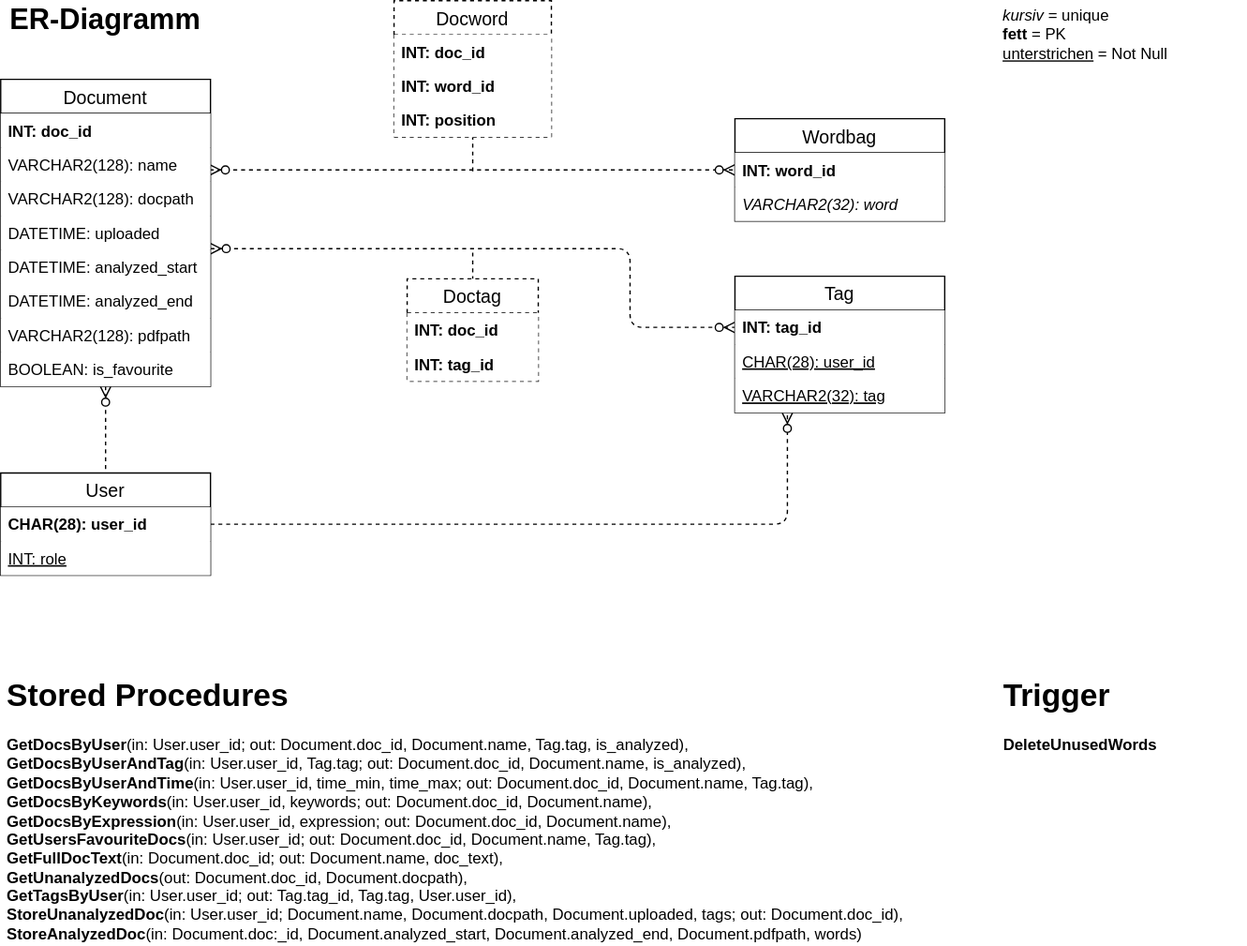
This is docs/Overview/resources/Diagramme/doc-ver_Diagramme-ER-Diagramm.svg from doc-ver/Doku, a draw.io export, as it was before one commit. Source tidied: cells renumbered, new cells last; positions are measured from the earlier drawing's top-left corner, leaving out a move shared by most shapes.
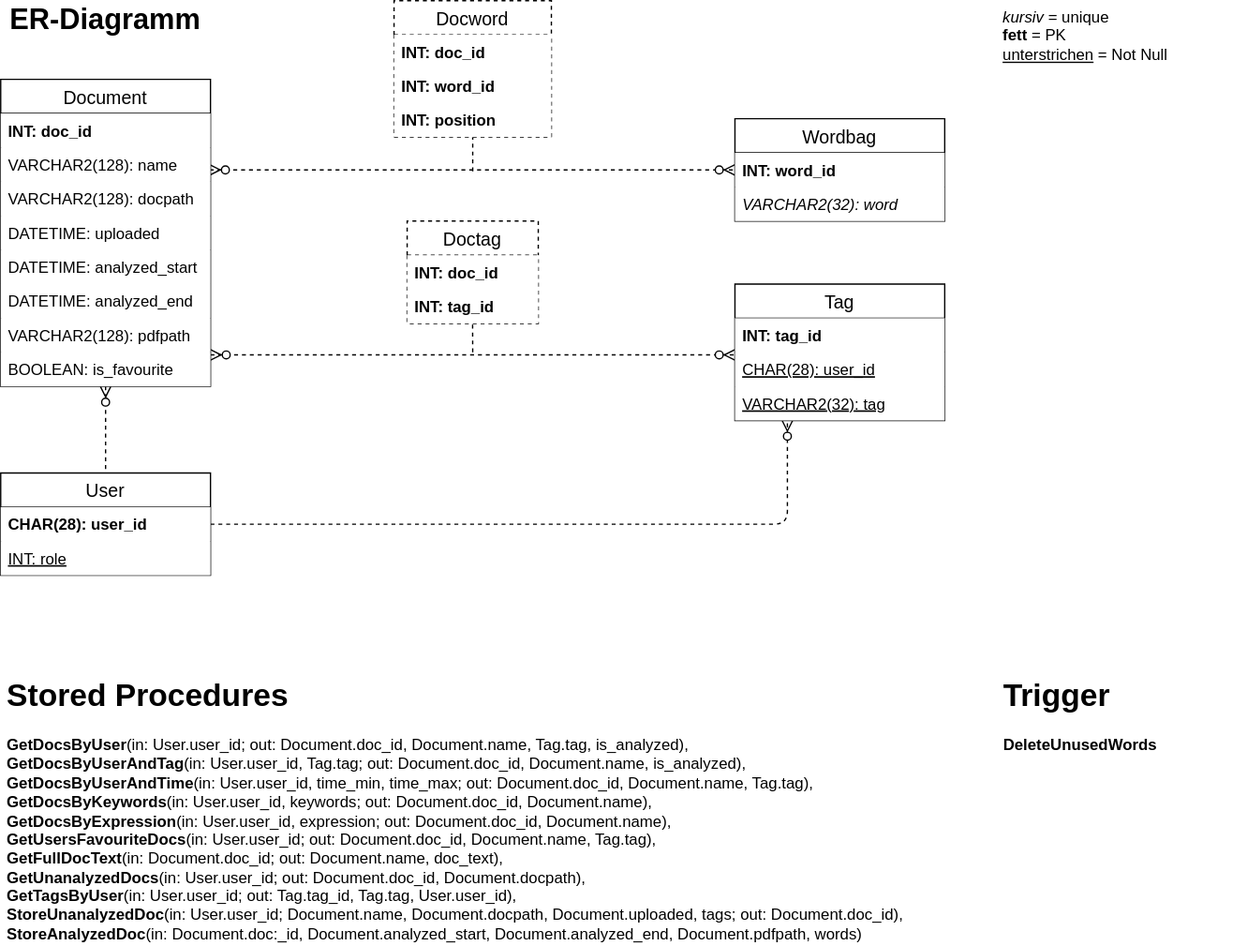
After the change.

Commit message:
ER-Diagramm ueberarbeitet

What changed in the source:
```diff
@@ -4,6 +4,6 @@
     <mxCell id="1" parent="0" />
-    <mxCell id="2" style="edgeStyle=entityRelationEdgeStyle;fontSize=12;html=1;endArrow=ERzeroToMany;endFill=1;startArrow=ERzeroToMany;exitX=0.996;exitY=0.654;exitDx=0;exitDy=0;entryX=0;entryY=0.5;entryDx=0;entryDy=0;dashed=1;exitPerimeter=0;" parent="1" edge="1" source="17" target="25">
+    <mxCell id="2" style="edgeStyle=entityRelationEdgeStyle;fontSize=12;html=1;endArrow=ERzeroToMany;endFill=1;startArrow=ERzeroToMany;exitX=0.996;exitY=0.654;exitDx=0;exitDy=0;entryX=0;entryY=0.5;entryDx=0;entryDy=0;dashed=1;exitPerimeter=0;" parent="1" edge="1" source="14" target="22">
       <mxGeometry relative="1" as="geometry" />
     </mxCell>
-    <mxCell id="3" style="endArrow=none;dashed=1;html=1;entryX=0.5;entryY=1;entryDx=0;entryDy=0;" parent="1" edge="1" target="27">
+    <mxCell id="3" style="endArrow=none;dashed=1;html=1;entryX=0.5;entryY=1;entryDx=0;entryDy=0;" parent="1" edge="1" target="24">
       <mxGeometry relative="1" as="geometry">
@@ -15,13 +15,10 @@
     </mxCell>
-    <mxCell id="5" style="fontSize=12;html=1;endArrow=ERzeroToMany;endFill=1;startArrow=ERzeroToMany;exitX=1;exitY=0.962;exitDx=0;exitDy=0;dashed=1;entryX=0;entryY=0.5;entryDx=0;entryDy=0;exitPerimeter=0;" parent="1" edge="1" source="19" target="32">
+    <mxCell id="5" style="fontSize=12;html=1;endArrow=ERzeroToMany;endFill=1;startArrow=ERzeroToMany;dashed=1;entryX=0;entryY=0.077;entryDx=0;entryDy=0;entryPerimeter=0;" parent="1" edge="1" target="36">
       <mxGeometry relative="1" as="geometry">
-        <Array as="points">
-          <mxPoint x="480" y="189" />
-          <mxPoint x="480" y="249" />
-        </Array>
+        <mxPoint x="160" y="270" as="sourcePoint" />
       </mxGeometry>
     </mxCell>
-    <mxCell id="6" style="endArrow=none;dashed=1;html=1;entryX=0.5;entryY=0;entryDx=0;entryDy=0;" parent="1" edge="1" target="12">
+    <mxCell id="6" style="endArrow=none;dashed=1;html=1;entryX=0.499;entryY=0.999;entryDx=0;entryDy=0;entryPerimeter=0;" parent="1" edge="1" target="33">
       <mxGeometry relative="1" as="geometry">
-        <mxPoint x="360" y="192" as="sourcePoint" />
+        <mxPoint x="360" y="268" as="sourcePoint" />
       </mxGeometry>
@@ -31,9 +28,9 @@
     </mxCell>
-    <mxCell id="8" style="fontSize=12;html=1;endArrow=none;endFill=0;startArrow=ERzeroToMany;exitX=0.5;exitY=1;exitDx=0;exitDy=0;dashed=1;entryX=0.5;entryY=0;entryDx=0;entryDy=0;" parent="1" edge="1" source="15" target="35">
+    <mxCell id="8" style="fontSize=12;html=1;endArrow=none;endFill=0;startArrow=ERzeroToMany;exitX=0.5;exitY=1;exitDx=0;exitDy=0;dashed=1;entryX=0.5;entryY=0;entryDx=0;entryDy=0;" parent="1" edge="1" source="12" target="28">
       <mxGeometry relative="1" as="geometry" />
     </mxCell>
-    <mxCell id="9" value="&lt;h1&gt;Stored Procedures&lt;br&gt;&lt;/h1&gt;&lt;p&gt;&lt;b&gt;GetDocsByUser&lt;/b&gt;(in: User.user_id; out: Document.doc_id, Document.name, Tag.tag, is_analyzed),&lt;b&gt;&lt;br&gt;GetDocsByUserAndTag&lt;/b&gt;(in: User.user_id, Tag.tag; out: Document.doc_id, Document.name, is_analyzed),&lt;br&gt;&lt;b&gt;GetDocsByUserAndTime&lt;/b&gt;(in: User.user_id, time_min, time_max; out: Document.doc_id, Document.name, Tag.tag),&lt;b&gt;&lt;br&gt;GetDocsByKeywords&lt;/b&gt;(in: User.user_id, keywords; out: Document.doc_id, Document.name),&lt;b&gt;&lt;br&gt;GetDocsByExpression&lt;/b&gt;(in: User.user_id, expression; out: Document.doc_id, Document.name),&lt;b&gt;&lt;br&gt;GetUsersFavouriteDocs&lt;/b&gt;(in: User.user_id; out: Document.doc_id, Document.name, Tag.tag),&lt;br&gt;&lt;b&gt;GetFullDocText&lt;/b&gt;(in: Document.doc_id; out: Document.name, doc_text),&lt;br&gt;&lt;b&gt;GetUnanalyzedDocs&lt;/b&gt;(out: Document.doc_id, Document.docpath),&lt;b&gt;&lt;br&gt;GetTagsByUser&lt;/b&gt;(in: User.user_id; out: Tag.tag_id, Tag.tag, User.user_id),&lt;b&gt;&lt;b&gt;&lt;br&gt;&lt;/b&gt;StoreUnanalyzedDoc&lt;/b&gt;(in: User.user_id; Document.name, Document.docpath, Document.uploaded, tags; out: Document.doc_id),&lt;br&gt;&lt;b&gt;StoreAnalyzedDoc&lt;/b&gt;(in: Document.doc:_id, Document.analyzed_start, Document.analyzed_end, Document.pdfpath, words)&lt;br&gt;&lt;/p&gt;" style="text;html=1;strokeColor=none;fillColor=none;spacing=5;spacingTop=-20;whiteSpace=wrap;overflow=hidden;rounded=0;" parent="1" vertex="1">
+    <mxCell id="9" value="&lt;h1&gt;Stored Procedures&lt;br&gt;&lt;/h1&gt;&lt;p&gt;&lt;b&gt;GetDocsByUser&lt;/b&gt;(in: User.user_id; out: Document.doc_id, Document.name, Tag.tag, is_analyzed),&lt;b&gt;&lt;br&gt;GetDocsByUserAndTag&lt;/b&gt;(in: User.user_id, Tag.tag; out: Document.doc_id, Document.name, is_analyzed),&lt;br&gt;&lt;b&gt;GetDocsByUserAndTime&lt;/b&gt;(in: User.user_id, time_min, time_max; out: Document.doc_id, Document.name, Tag.tag),&lt;b&gt;&lt;br&gt;GetDocsByKeywords&lt;/b&gt;(in: User.user_id, keywords; out: Document.doc_id, Document.name),&lt;b&gt;&lt;br&gt;GetDocsByExpression&lt;/b&gt;(in: User.user_id, expression; out: Document.doc_id, Document.name),&lt;b&gt;&lt;br&gt;GetUsersFavouriteDocs&lt;/b&gt;(in: User.user_id; out: Document.doc_id, Document.name, Tag.tag),&lt;br&gt;&lt;b&gt;GetFullDocText&lt;/b&gt;(in: Document.doc_id; out: Document.name, doc_text),&lt;br&gt;&lt;b&gt;GetUnanalyzedDocs&lt;/b&gt;(in: User.user_id; out: Document.doc_id, Document.docpath),&lt;b&gt;&lt;br&gt;GetTagsByUser&lt;/b&gt;(in: User.user_id; out: Tag.tag_id, Tag.tag, User.user_id),&lt;b&gt;&lt;b&gt;&lt;br&gt;&lt;/b&gt;StoreUnanalyzedDoc&lt;/b&gt;(in: User.user_id; Document.name, Document.docpath, Document.uploaded, tags; out: Document.doc_id),&lt;br&gt;&lt;b&gt;StoreAnalyzedDoc&lt;/b&gt;(in: Document.doc:_id, Document.analyzed_start, Document.analyzed_end, Document.pdfpath, words)&lt;br&gt;&lt;/p&gt;" style="text;html=1;strokeColor=none;fillColor=none;spacing=5;spacingTop=-20;whiteSpace=wrap;overflow=hidden;rounded=0;" parent="1" vertex="1">
       <mxGeometry y="510" width="710" height="210" as="geometry" />
     </mxCell>
-    <mxCell id="10" style="fontSize=12;html=1;endArrow=ERzeroToMany;endFill=1;startArrow=none;exitX=1;exitY=0.5;exitDx=0;exitDy=0;dashed=1;entryX=0.25;entryY=1;entryDx=0;entryDy=0;startFill=0;" parent="1" edge="1" source="35" target="31">
+    <mxCell id="10" style="fontSize=12;html=1;endArrow=ERzeroToMany;endFill=1;startArrow=none;exitX=1;exitY=0.5;exitDx=0;exitDy=0;dashed=1;entryX=0.25;entryY=1;entryDx=0;entryDy=0;startFill=0;" parent="1" edge="1" source="28" target="34">
       <mxGeometry relative="1" as="geometry">
@@ -47,79 +44,79 @@
     </mxCell>
-    <mxCell id="12" value="Doctag" style="swimlane;fontStyle=0;horizontal=1;startSize=26;align=center;fontSize=14;swimlaneLine=1;glass=0;dashed=1;" parent="1" vertex="1">
-      <mxGeometry x="310" y="212" width="100" height="78" as="geometry" />
+    <mxCell id="12" value="Document" style="swimlane;fontStyle=0;horizontal=1;startSize=26;align=center;fontSize=14;swimlaneLine=1;glass=0;" parent="1" vertex="1">
+      <mxGeometry y="60" width="160" height="234" as="geometry" />
     </mxCell>
-    <mxCell id="13" value="INT: doc_id" style="text;strokeColor=none;fillColor=#ffffff;spacingLeft=4;spacingRight=4;overflow=hidden;fontSize=12;fontStyle=1;" parent="12" vertex="1">
-      <mxGeometry y="26" width="100" height="26" as="geometry" />
+    <mxCell id="13" value="INT: doc_id" style="text;spacingLeft=4;spacingRight=4;overflow=hidden;fontSize=12;fontStyle=1;fillColor=#ffffff;" parent="12" vertex="1">
+      <mxGeometry y="26" width="160" height="26" as="geometry" />
     </mxCell>
-    <mxCell id="14" value="INT: tag_id" style="text;strokeColor=none;fillColor=#ffffff;spacingLeft=4;spacingRight=4;overflow=hidden;points=[[0,0.5],[1,0.5]];portConstraint=eastwest;fontSize=12;fontStyle=1;" parent="12" vertex="1">
-      <mxGeometry y="52" width="100" height="26" as="geometry" />
+    <mxCell id="14" value="VARCHAR2(128): name" style="text;strokeColor=none;fillColor=#ffffff;spacingLeft=4;spacingRight=4;overflow=hidden;points=[[0,0.5],[1,0.5]];portConstraint=eastwest;fontSize=12;" parent="12" vertex="1">
+      <mxGeometry y="52" width="160" height="26" as="geometry" />
     </mxCell>
-    <mxCell id="15" value="Document" style="swimlane;fontStyle=0;horizontal=1;startSize=26;align=center;fontSize=14;swimlaneLine=1;glass=0;" parent="1" vertex="1">
-      <mxGeometry y="60" width="160" height="234" as="geometry" />
+    <mxCell id="15" value="VARCHAR2(128): docpath" style="text;strokeColor=none;fillColor=#ffffff;spacingLeft=4;spacingRight=4;overflow=hidden;points=[[0,0.5],[1,0.5]];portConstraint=eastwest;fontSize=12;" parent="12" vertex="1">
+      <mxGeometry y="78" width="160" height="26" as="geometry" />
     </mxCell>
-    <mxCell id="16" value="INT: doc_id" style="text;spacingLeft=4;spacingRight=4;overflow=hidden;fontSize=12;fontStyle=1;fillColor=#ffffff;" parent="15" vertex="1">
-      <mxGeometry y="26" width="160" height="26" as="geometry" />
+    <mxCell id="16" value="DATETIME: uploaded" style="text;strokeColor=none;fillColor=#ffffff;spacingLeft=4;spacingRight=4;overflow=hidden;fontSize=12;" parent="12" vertex="1">
+      <mxGeometry y="104" width="160" height="26" as="geometry" />
     </mxCell>
-    <mxCell id="17" value="VARCHAR2(128): name" style="text;strokeColor=none;fillColor=#ffffff;spacingLeft=4;spacingRight=4;overflow=hidden;points=[[0,0.5],[1,0.5]];portConstraint=eastwest;fontSize=12;" parent="15" vertex="1">
-      <mxGeometry y="52" width="160" height="26" as="geometry" />
+    <mxCell id="17" value="DATETIME: analyzed_start" style="text;strokeColor=none;fillColor=#ffffff;spacingLeft=4;spacingRight=4;overflow=hidden;points=[[0,0.5],[1,0.5]];portConstraint=eastwest;fontSize=12;" parent="12" vertex="1">
+      <mxGeometry y="130" width="160" height="26" as="geometry" />
     </mxCell>
-    <mxCell id="18" value="VARCHAR2(128): docpath" style="text;strokeColor=none;fillColor=#ffffff;spacingLeft=4;spacingRight=4;overflow=hidden;fontSize=12;" parent="15" vertex="1">
-      <mxGeometry y="78" width="160" height="26" as="geometry" />
+    <mxCell id="18" value="DATETIME: analyzed_end" style="text;strokeColor=none;fillColor=#ffffff;spacingLeft=4;spacingRight=4;overflow=hidden;fontSize=12;" parent="12" vertex="1">
+      <mxGeometry y="156" width="160" height="26" as="geometry" />
     </mxCell>
-    <mxCell id="19" value="DATETIME: uploaded" style="text;strokeColor=none;fillColor=#ffffff;spacingLeft=4;spacingRight=4;overflow=hidden;points=[[0,0.5],[1,0.5]];portConstraint=eastwest;fontSize=12;" parent="15" vertex="1">
-      <mxGeometry y="104" width="160" height="26" as="geometry" />
+    <mxCell id="19" value="VARCHAR2(128): pdfpath" style="text;strokeColor=none;fillColor=#ffffff;spacingLeft=4;spacingRight=4;overflow=hidden;points=[[0,0.5],[1,0.5]];portConstraint=eastwest;fontSize=12;" parent="12" vertex="1">
+      <mxGeometry y="182" width="160" height="26" as="geometry" />
     </mxCell>
-    <mxCell id="20" value="DATETIME: analyzed_start" style="text;strokeColor=none;fillColor=#ffffff;spacingLeft=4;spacingRight=4;overflow=hidden;fontSize=12;" parent="15" vertex="1">
-      <mxGeometry y="130" width="160" height="26" as="geometry" />
+    <mxCell id="20" value="BOOLEAN: is_favourite" style="text;strokeColor=none;fillColor=#ffffff;spacingLeft=4;spacingRight=4;overflow=hidden;fontSize=12;fontStyle=0;" parent="12" vertex="1">
+      <mxGeometry y="208" width="160" height="26" as="geometry" />
     </mxCell>
-    <mxCell id="21" value="DATETIME: analyzed_end" style="text;strokeColor=none;fillColor=#ffffff;spacingLeft=4;spacingRight=4;overflow=hidden;fontSize=12;" parent="15" vertex="1">
-      <mxGeometry y="156" width="160" height="26" as="geometry" />
+    <mxCell id="21" value="Wordbag" style="swimlane;fontStyle=0;horizontal=1;startSize=26;align=center;fontSize=14;swimlaneLine=1;glass=0;" parent="1" vertex="1">
+      <mxGeometry x="560" y="90" width="160" height="78" as="geometry" />
     </mxCell>
-    <mxCell id="22" value="VARCHAR2(128): pdfpath" style="text;strokeColor=none;fillColor=#ffffff;spacingLeft=4;spacingRight=4;overflow=hidden;points=[[0,0.5],[1,0.5]];portConstraint=eastwest;fontSize=12;" parent="15" vertex="1">
-      <mxGeometry y="182" width="160" height="26" as="geometry" />
+    <mxCell id="22" value="INT: word_id" style="text;spacingLeft=4;spacingRight=4;overflow=hidden;points=[[0,0.5],[1,0.5]];portConstraint=eastwest;fontSize=12;fontStyle=1;fillColor=#ffffff;" parent="21" vertex="1">
+      <mxGeometry y="26" width="160" height="26" as="geometry" />
     </mxCell>
-    <mxCell id="23" value="BOOLEAN: is_favourite" style="text;strokeColor=none;fillColor=#ffffff;spacingLeft=4;spacingRight=4;overflow=hidden;fontSize=12;fontStyle=0;" parent="15" vertex="1">
-      <mxGeometry y="208" width="160" height="26" as="geometry" />
+    <mxCell id="23" value="VARCHAR2(32): word" style="text;strokeColor=none;fillColor=#ffffff;spacingLeft=4;spacingRight=4;overflow=hidden;fontSize=12;fontStyle=2;" parent="21" vertex="1">
+      <mxGeometry y="52" width="160" height="26" as="geometry" />
     </mxCell>
-    <mxCell id="24" value="Wordbag" style="swimlane;fontStyle=0;horizontal=1;startSize=26;align=center;fontSize=14;swimlaneLine=1;glass=0;" parent="1" vertex="1">
-      <mxGeometry x="560" y="90" width="160" height="78" as="geometry" />
+    <mxCell id="24" value="Docword" style="swimlane;fontStyle=0;horizontal=1;startSize=26;align=center;fontSize=14;swimlaneLine=1;glass=0;dashed=1;" parent="1" vertex="1">
+      <mxGeometry x="300" width="120" height="104" as="geometry" />
     </mxCell>
-    <mxCell id="25" value="INT: word_id" style="text;spacingLeft=4;spacingRight=4;overflow=hidden;points=[[0,0.5],[1,0.5]];portConstraint=eastwest;fontSize=12;fontStyle=1;fillColor=#ffffff;" parent="24" vertex="1">
-      <mxGeometry y="26" width="160" height="26" as="geometry" />
+    <mxCell id="25" value="INT: doc_id" style="text;strokeColor=none;fillColor=#ffffff;spacingLeft=4;spacingRight=4;overflow=hidden;points=[[0,0.5],[1,0.5]];portConstraint=eastwest;fontSize=12;fontStyle=1;" parent="24" vertex="1">
+      <mxGeometry y="26" width="120" height="26" as="geometry" />
     </mxCell>
-    <mxCell id="26" value="VARCHAR2(32): word" style="text;strokeColor=none;fillColor=#ffffff;spacingLeft=4;spacingRight=4;overflow=hidden;fontSize=12;fontStyle=2;" parent="24" vertex="1">
-      <mxGeometry y="52" width="160" height="26" as="geometry" />
+    <mxCell id="26" value="INT: word_id" style="text;strokeColor=none;fillColor=#ffffff;spacingLeft=4;spacingRight=4;overflow=hidden;fontSize=12;fontStyle=1;" parent="24" vertex="1">
+      <mxGeometry y="52" width="120" height="26" as="geometry" />
     </mxCell>
-    <mxCell id="27" value="Docword" style="swimlane;fontStyle=0;horizontal=1;startSize=26;align=center;fontSize=14;swimlaneLine=1;glass=0;dashed=1;" parent="1" vertex="1">
-      <mxGeometry x="300" width="120" height="104" as="geometry" />
+    <mxCell id="27" value="INT: position" style="text;strokeColor=none;fillColor=#ffffff;spacingLeft=4;spacingRight=4;overflow=hidden;points=[[0,0.5],[1,0.5]];portConstraint=eastwest;fontSize=12;fontStyle=1;" parent="24" vertex="1">
+      <mxGeometry y="78" width="120" height="26" as="geometry" />
     </mxCell>
-    <mxCell id="28" value="INT: doc_id" style="text;strokeColor=none;fillColor=#ffffff;spacingLeft=4;spacingRight=4;overflow=hidden;points=[[0,0.5],[1,0.5]];portConstraint=eastwest;fontSize=12;fontStyle=1;" parent="27" vertex="1">
-      <mxGeometry y="26" width="120" height="26" as="geometry" />
+    <mxCell id="28" value="User" style="swimlane;fontStyle=0;horizontal=1;startSize=26;align=center;fontSize=14;swimlaneLine=1;glass=0;" parent="1" vertex="1">
+      <mxGeometry y="360" width="160" height="78" as="geometry" />
     </mxCell>
-    <mxCell id="29" value="INT: word_id" style="text;strokeColor=none;fillColor=#ffffff;spacingLeft=4;spacingRight=4;overflow=hidden;fontSize=12;fontStyle=1;" parent="27" vertex="1">
-      <mxGeometry y="52" width="120" height="26" as="geometry" />
+    <mxCell id="29" value="CHAR(28): user_id" style="text;spacingLeft=4;spacingRight=4;overflow=hidden;fontSize=12;fontStyle=1;fillColor=#ffffff;" parent="28" vertex="1">
+      <mxGeometry y="26" width="160" height="26" as="geometry" />
     </mxCell>
-    <mxCell id="30" value="INT: position" style="text;strokeColor=none;fillColor=#ffffff;spacingLeft=4;spacingRight=4;overflow=hidden;fontSize=12;fontStyle=1;" parent="27" vertex="1">
-      <mxGeometry y="78" width="120" height="26" as="geometry" />
+    <mxCell id="30" value="INT: role" style="text;strokeColor=none;fillColor=#ffffff;spacingLeft=4;spacingRight=4;overflow=hidden;fontSize=12;fontStyle=4;" parent="28" vertex="1">
+      <mxGeometry y="52" width="160" height="26" as="geometry" />
     </mxCell>
-    <mxCell id="31" value="Tag" style="swimlane;fontStyle=0;horizontal=1;startSize=26;align=center;fontSize=14;swimlaneLine=1;glass=0;" parent="1" vertex="1">
-      <mxGeometry x="560" y="210" width="160" height="104" as="geometry" />
+    <mxCell id="31" value="Doctag" style="swimlane;fontStyle=0;horizontal=1;startSize=26;align=center;fontSize=14;swimlaneLine=1;glass=0;dashed=1;" parent="1" vertex="1">
+      <mxGeometry x="310" y="168" width="100" height="78" as="geometry" />
     </mxCell>
-    <mxCell id="32" value="INT: tag_id" style="text;spacingLeft=4;spacingRight=4;overflow=hidden;points=[[0,0.5],[1,0.5]];portConstraint=eastwest;fontSize=12;fontStyle=1;fillColor=#ffffff;" parent="31" vertex="1">
-      <mxGeometry y="26" width="160" height="26" as="geometry" />
+    <mxCell id="32" value="INT: doc_id" style="text;strokeColor=none;fillColor=#ffffff;spacingLeft=4;spacingRight=4;overflow=hidden;points=[[0,0.5],[1,0.5]];portConstraint=eastwest;fontSize=12;fontStyle=1;" parent="31" vertex="1">
+      <mxGeometry y="26" width="100" height="26" as="geometry" />
     </mxCell>
-    <mxCell id="33" value="CHAR(28): user_id" style="text;spacingLeft=4;spacingRight=4;overflow=hidden;points=[[0,0.5],[1,0.5]];portConstraint=eastwest;fontSize=12;fontStyle=4;fillColor=#ffffff;" parent="31" vertex="1">
-      <mxGeometry y="52" width="160" height="26" as="geometry" />
+    <mxCell id="33" value="INT: tag_id" style="text;strokeColor=none;fillColor=#ffffff;spacingLeft=4;spacingRight=4;overflow=hidden;points=[[0,0.5],[1,0.5]];portConstraint=eastwest;fontSize=12;fontStyle=1;" parent="31" vertex="1">
+      <mxGeometry y="52" width="100" height="26" as="geometry" />
     </mxCell>
-    <mxCell id="34" value="VARCHAR2(32): tag" style="text;strokeColor=none;fillColor=#ffffff;spacingLeft=4;spacingRight=4;overflow=hidden;points=[[0,0.5],[1,0.5]];portConstraint=eastwest;fontSize=12;fontStyle=4;" parent="31" vertex="1">
-      <mxGeometry y="78" width="160" height="26" as="geometry" />
+    <mxCell id="34" value="Tag" style="swimlane;fontStyle=0;horizontal=1;startSize=26;align=center;fontSize=14;swimlaneLine=1;glass=0;" parent="1" vertex="1">
+      <mxGeometry x="560" y="216" width="160" height="104" as="geometry" />
     </mxCell>
-    <mxCell id="35" value="User" style="swimlane;fontStyle=0;horizontal=1;startSize=26;align=center;fontSize=14;swimlaneLine=1;glass=0;" parent="1" vertex="1">
-      <mxGeometry y="360" width="160" height="78" as="geometry" />
+    <mxCell id="35" value="INT: tag_id" style="text;spacingLeft=4;spacingRight=4;overflow=hidden;points=[[0,0.5],[1,0.5]];portConstraint=eastwest;fontSize=12;fontStyle=1;fillColor=#ffffff;" parent="34" vertex="1">
+      <mxGeometry y="26" width="160" height="26" as="geometry" />
     </mxCell>
-    <mxCell id="36" value="CHAR(28): user_id" style="text;spacingLeft=4;spacingRight=4;overflow=hidden;points=[[0,0.5],[1,0.5]];portConstraint=eastwest;fontSize=12;fontStyle=1;fillColor=#ffffff;" parent="35" vertex="1">
-      <mxGeometry y="26" width="160" height="26" as="geometry" />
+    <mxCell id="36" value="CHAR(28): user_id" style="text;spacingLeft=4;spacingRight=4;overflow=hidden;points=[[0,0.5],[1,0.5]];portConstraint=eastwest;fontSize=12;fontStyle=4;fillColor=#ffffff;" parent="34" vertex="1">
+      <mxGeometry y="52" width="160" height="26" as="geometry" />
     </mxCell>
-    <mxCell id="37" value="INT: role" style="text;strokeColor=none;fillColor=#ffffff;spacingLeft=4;spacingRight=4;overflow=hidden;fontSize=12;fontStyle=4;" parent="35" vertex="1">
-      <mxGeometry y="52" width="160" height="26" as="geometry" />
+    <mxCell id="37" value="VARCHAR2(32): tag" style="text;strokeColor=none;fillColor=#ffffff;spacingLeft=4;spacingRight=4;overflow=hidden;fontSize=12;fontStyle=4;" parent="34" vertex="1">
+      <mxGeometry y="78" width="160" height="26" as="geometry" />
     </mxCell>
```
